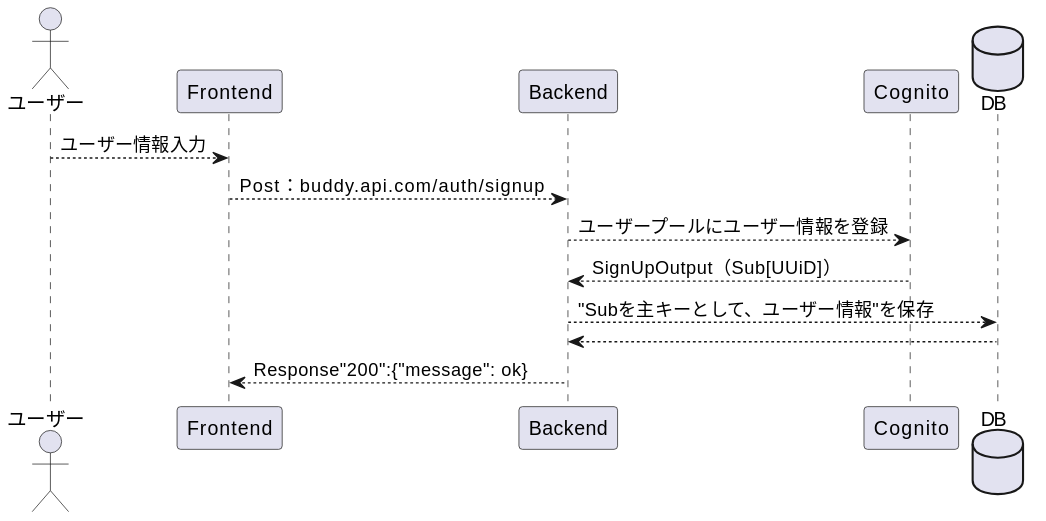
Earlier version of the PlantUML export src/diagrams-svg/Sequence/Auth/SignUp.svg (Fukuemon/buddy_design_docs).
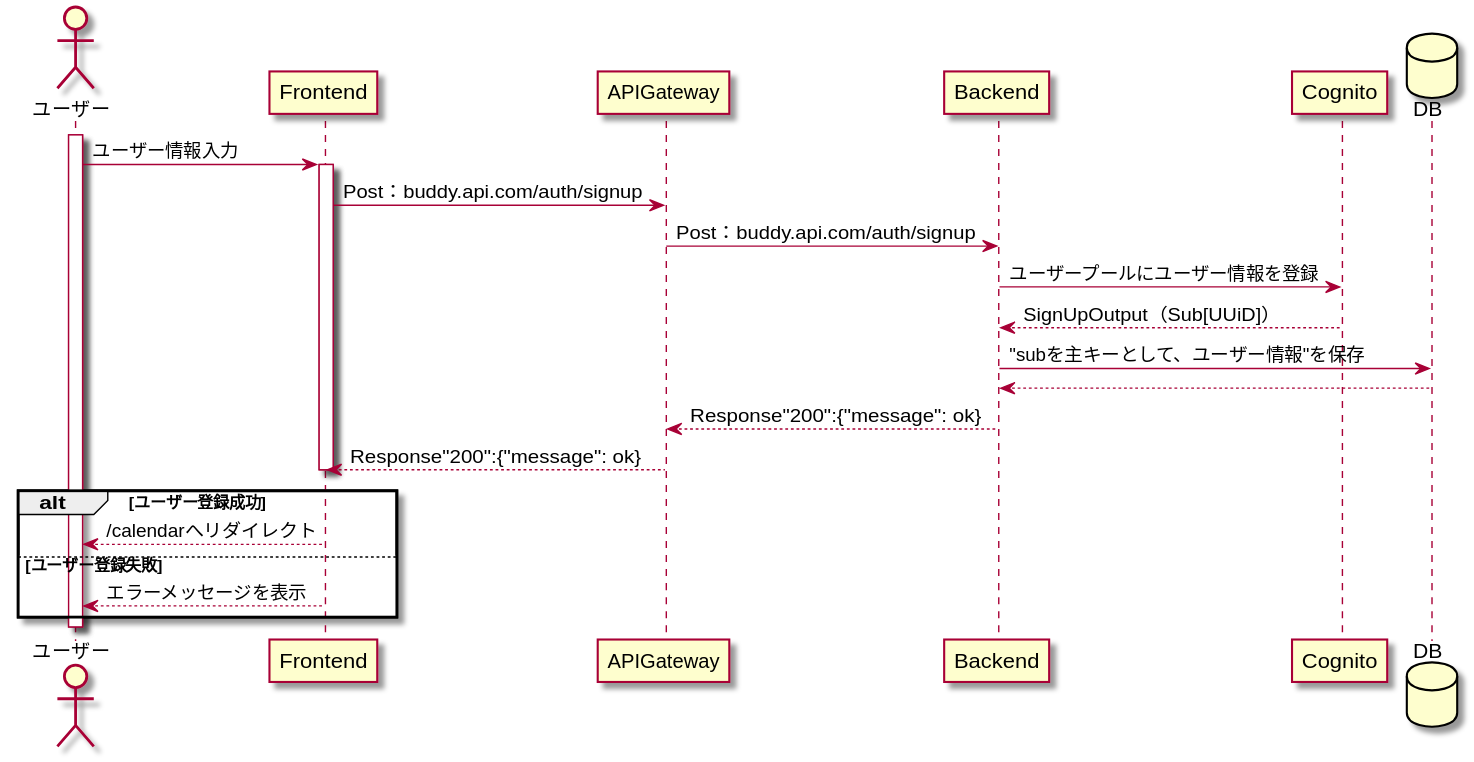
Later version of the same file.

What changed in the source:
```diff
@@ -1,16 +1,27 @@
-@startuml
+@startuml SignUp
 Actor ユーザー
 Participant Frontend as Front
+Participant APIGateway as Gateway
 Participant Backend as Back
 Participant Cognito
 database DB
 
-
-ユーザー --> Front: ユーザー情報入力
-Front --> Back: Post：buddy.api.com/auth/signup
-Back --> Cognito: ユーザープールにユーザー情報を登録
+activate ユーザー
+ユーザー -> Front: ユーザー情報入力
+activate Front
+Front -> Gateway: Post：buddy.api.com/auth/signup
+Gateway -> Back: Post：buddy.api.com/auth/signup
+Back -> Cognito: ユーザープールにユーザー情報を登録
 Cognito --> Back: SignUpOutput（Sub[UUiD]）
-Back --> DB: "Subを主キーとして、ユーザー情報"を保存
+Back -> DB: "subを主キーとして、ユーザー情報"を保存
 DB --> Back
-Back --> Front: Response"200":{"message": ok}
+Back --> Gateway: Response"200":{"message": ok}
+Gateway --> Front: Response"200":{"message": ok}
+deactivate Front
+alt ユーザー登録成功
+  Front --> ユーザー: /calendarへリダイレクト
+else ユーザー登録失敗
+  Front --> ユーザー: エラーメッセージを表示
+end
+deactivate ユーザー
 @enduml
```
